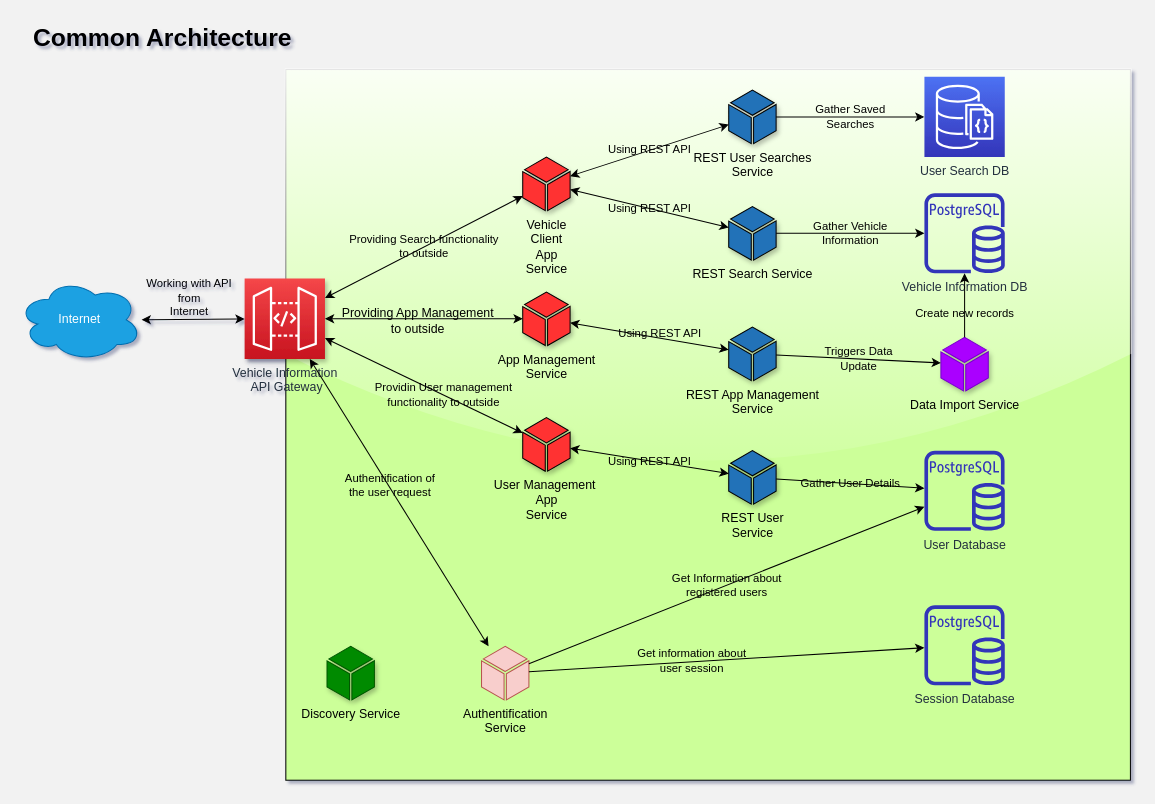
Earlier version of the draw.io diagram page "Common Detailed Architecture" (2 of 3) of Documentation/Diagrams/Arch_General.drawio (sanyokkua/vehicle-info-ua). Source tidied: cells renumbered, new cells numbered last; positions are measured from the earlier drawing's top-left corner, leaving out a move shared by most shapes. Both pictures are drawn from the tidied source at 103%, with x=0, y=0 at pixel (18, 18).
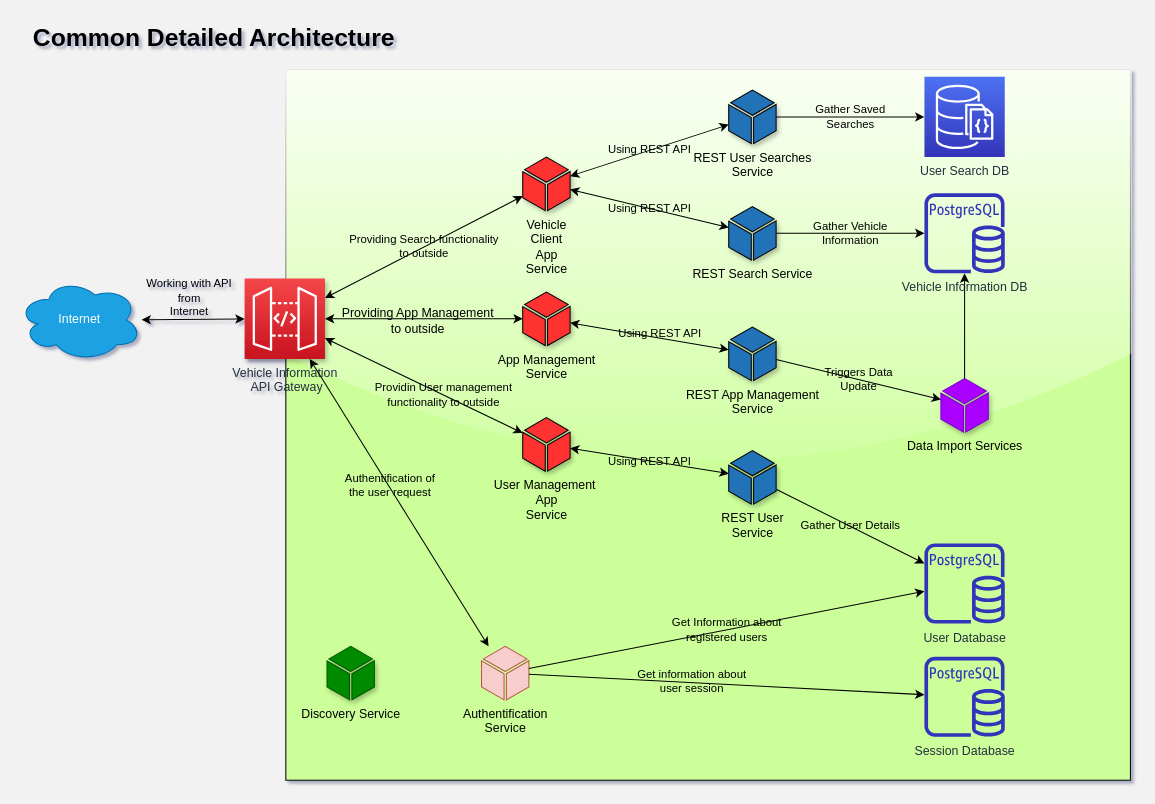
Above is the later version.

Unchanged cells that the change refers to:
```xml
<mxCell id="8" value="Vehicle Information DB" style="outlineConnect=0;fontColor=#232F3E;gradientColor=none;fillColor=#3334B9;strokeColor=none;dashed=0;verticalLabelPosition=bottom;verticalAlign=top;align=center;html=1;fontSize=12;fontStyle=0;shape=mxgraph.aws4.rds_postgresql_instance;" parent="1" vertex="1">
  <mxGeometry x="880" y="170" width="78" height="78" as="geometry" />
</mxCell>
```

The edit, as a diff of the source:
```diff
@@
-    <mxCell id="7" value="Data Import Service" style="shadow=1;dashed=0;html=1;strokeColor=#7700CC;labelPosition=center;verticalLabelPosition=bottom;verticalAlign=top;outlineConnect=0;align=center;shape=mxgraph.office.concepts.node_generic;fillColor=#aa00ff;fontColor=#000000;" parent="1" vertex="1">
-      <mxGeometry x="896" y="310" width="46" height="52" as="geometry" />
+    <mxCell id="7" value="Data Import Services" style="shadow=1;dashed=0;html=1;strokeColor=#7700CC;labelPosition=center;verticalLabelPosition=bottom;verticalAlign=top;outlineConnect=0;align=center;shape=mxgraph.office.concepts.node_generic;fillColor=#aa00ff;fontColor=#000000;" parent="1" vertex="1">
+      <mxGeometry x="896" y="350" width="46" height="52" as="geometry" />
     </mxCell>
@@
     <mxCell id="9" value="User Database" style="outlineConnect=0;fontColor=#232F3E;gradientColor=none;fillColor=#3334B9;strokeColor=none;dashed=0;verticalLabelPosition=bottom;verticalAlign=top;align=center;html=1;fontSize=12;fontStyle=0;shape=mxgraph.aws4.rds_postgresql_instance;" parent="1" vertex="1">
-      <mxGeometry x="880" y="420" width="78" height="78" as="geometry" />
+      <mxGeometry x="880" y="510" width="78" height="78" as="geometry" />
     </mxCell>
-    <mxCell id="10" value="Create new records" style="endArrow=classic;html=1;labelBackgroundColor=none;" parent="1" edge="1" source="7" target="8">
-      <mxGeometry x="-0.27" relative="1" as="geometry" />
-    </mxCell>
@@
     <mxCell id="17" value="Session Database" style="outlineConnect=0;fontColor=#232F3E;gradientColor=none;fillColor=#3334B9;strokeColor=none;dashed=0;verticalLabelPosition=bottom;verticalAlign=top;align=center;html=1;fontSize=12;fontStyle=0;shape=mxgraph.aws4.rds_postgresql_instance;" parent="1" vertex="1">
-      <mxGeometry x="880" y="570" width="78" height="78" as="geometry" />
+      <mxGeometry x="880" y="620" width="78" height="78" as="geometry" />
     </mxCell>
@@
-    <mxCell id="23" value="Common Architecture" style="text;strokeColor=none;fillColor=none;html=1;fontSize=24;fontStyle=1;verticalAlign=middle;align=center;" parent="1" vertex="1">
-      <mxGeometry x="90" width="100" height="40" as="geometry" />
+    <mxCell id="23" value="Common Detailed Architecture" style="text;strokeColor=none;fillColor=none;html=1;fontSize=24;fontStyle=1;verticalAlign=middle;align=center;" parent="1" vertex="1">
+      <mxGeometry x="140" width="100" height="40" as="geometry" />
     </mxCell>
@@
+    <mxCell id="10" style="endArrow=classic;html=1;labelBackgroundColor=none;" parent="1" edge="1" source="7" target="8">
+      <mxGeometry relative="1" as="geometry" />
+    </mxCell>
```
